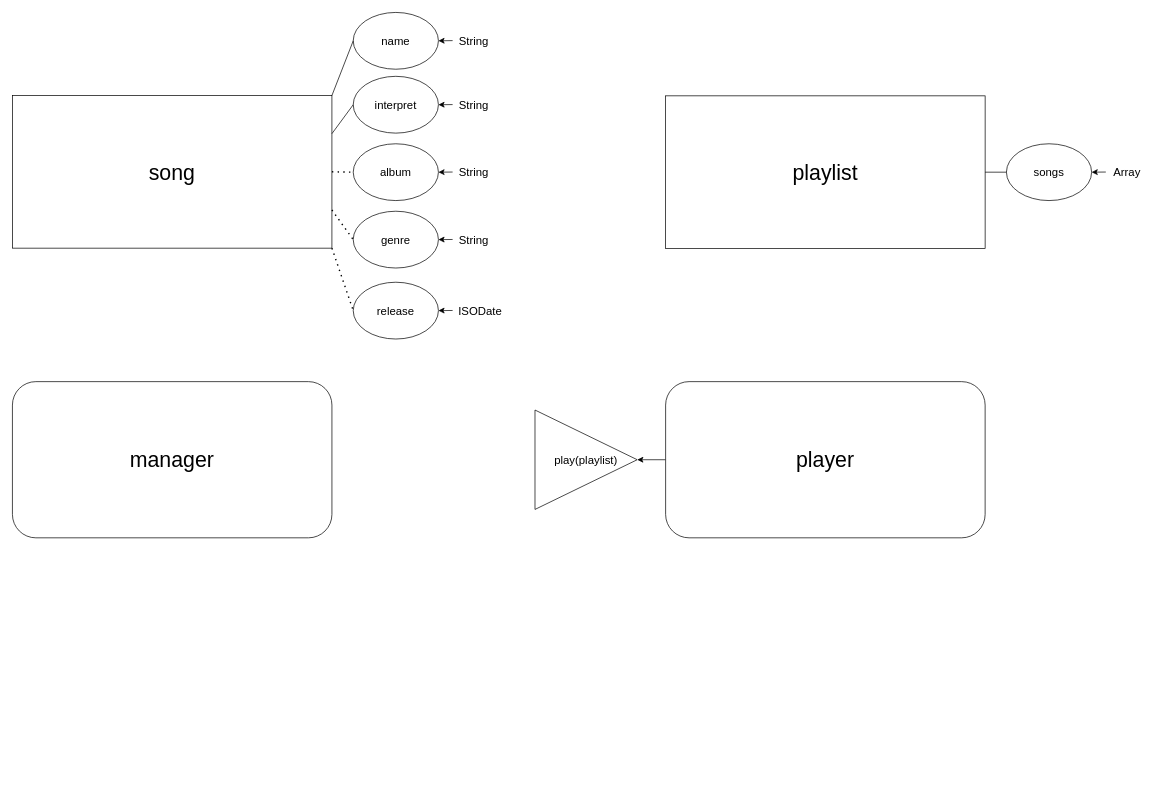
Above: m165-jukebox.drawio in jzelAdmin2006/m165-jukebox (draw.io), before the change. Source tidied: cells renumbered, new cells numbered last; positions are measured from the earlier drawing's top-left corner, leaving out a move shared by most shapes. Both pictures are drawn from the tidied source at 71%, with x=0, y=0 at pixel (12, 12).
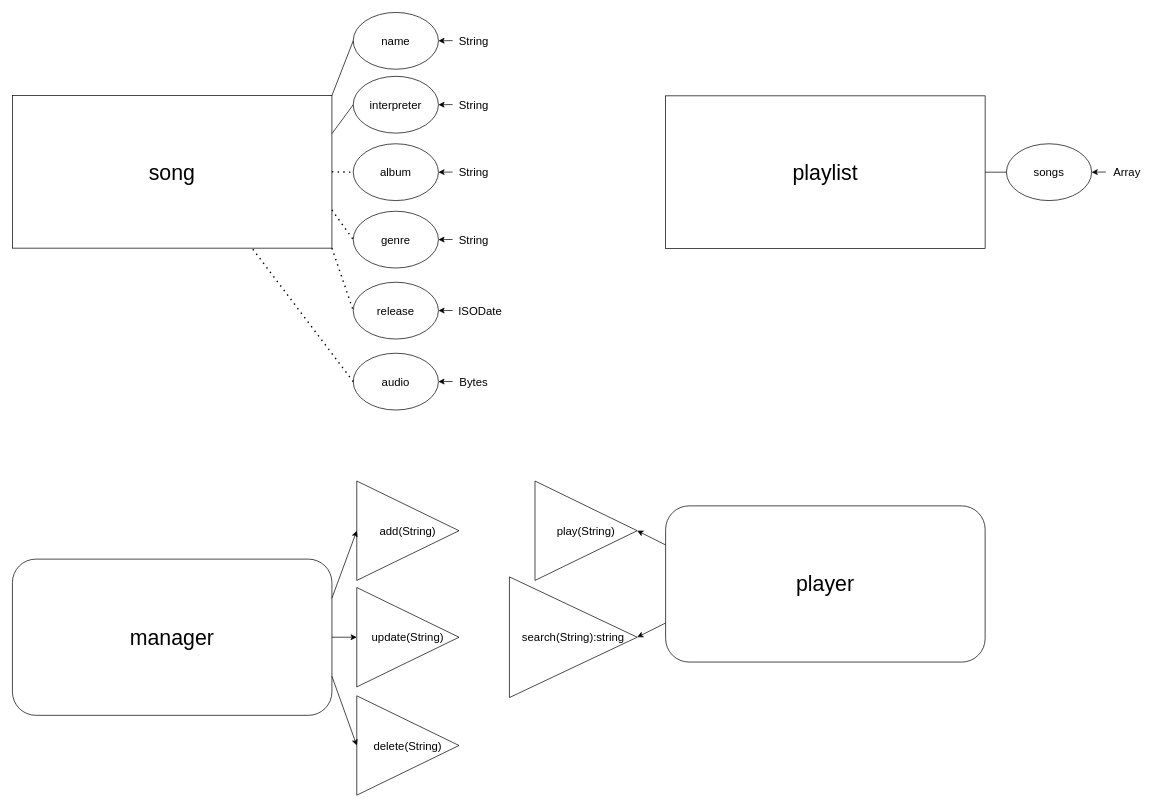
After the change.

Unchanged cells that the change refers to:
```xml
<mxCell id="2" value="&lt;font style=&quot;font-size: 30px;&quot;&gt;song&lt;/font&gt;" style="rounded=0;whiteSpace=wrap;html=1;" parent="1" vertex="1">
  <mxGeometry y="117" width="450" height="215" as="geometry" />
</mxCell>
```

The edit, as a diff of the source:
```diff
@@
-    <mxCell id="3" value="interpret" style="ellipse;whiteSpace=wrap;html=1;fontSize=16;" parent="1" vertex="1">
+    <mxCell id="3" value="interpreter" style="ellipse;whiteSpace=wrap;html=1;fontSize=16;" parent="1" vertex="1">
       <mxGeometry x="480" y="90" width="120" height="80" as="geometry" />
     </mxCell>
@@
     <mxCell id="28" value="&lt;span style=&quot;font-size: 30px;&quot;&gt;manager&lt;/span&gt;" style="rounded=1;whiteSpace=wrap;html=1;fontSize=16;" parent="1" vertex="1">
-      <mxGeometry y="520" width="450" height="220" as="geometry" />
+      <mxGeometry y="770" width="450" height="220" as="geometry" />
     </mxCell>
-    <mxCell id="29" style="edgeStyle=orthogonalEdgeStyle;rounded=0;jettySize=auto;html=1;entryX=1;entryY=0.5;entryDx=0;entryDy=0;fontSize=16;" parent="1" edge="1" source="30" target="31">
-      <mxGeometry relative="1" as="geometry" />
-    </mxCell>
     <mxCell id="30" value="&lt;span style=&quot;font-size: 30px;&quot;&gt;player&lt;/span&gt;" style="rounded=1;whiteSpace=wrap;html=1;fontSize=16;" parent="1" vertex="1">
-      <mxGeometry x="920" y="520" width="450" height="220" as="geometry" />
+      <mxGeometry x="920" y="695" width="450" height="220" as="geometry" />
     </mxCell>
-    <mxCell id="31" value="play(playlist)" style="triangle;whiteSpace=wrap;html=1;fontSize=16;" parent="1" vertex="1">
-      <mxGeometry x="736" y="560" width="144" height="140" as="geometry" />
+    <mxCell id="31" value="play(String)" style="triangle;whiteSpace=wrap;html=1;fontSize=16;" parent="1" vertex="1">
+      <mxGeometry x="736" y="660" width="144" height="140" as="geometry" />
     </mxCell>
+    <mxCell id="32" value="search(String):string" style="triangle;whiteSpace=wrap;html=1;fontSize=16;" parent="1" vertex="1">
+      <mxGeometry x="700" y="795" width="180" height="170" as="geometry" />
+    </mxCell>
+    <mxCell id="33" style="endArrow=classic;html=1;rounded=0;exitX=0;exitY=0.75;exitDx=0;exitDy=0;entryX=1;entryY=0.5;entryDx=0;entryDy=0;" parent="1" edge="1" source="30" target="32">
+      <mxGeometry relative="1" as="geometry" />
+    </mxCell>
+    <mxCell id="29" style="endArrow=classic;html=1;rounded=0;exitX=0;exitY=0.25;exitDx=0;exitDy=0;entryX=1;entryY=0.5;entryDx=0;entryDy=0;" parent="1" edge="1" source="30" target="31">
+      <mxGeometry relative="1" as="geometry" />
+    </mxCell>
+    <mxCell id="34" value="update(String)" style="triangle;whiteSpace=wrap;html=1;fontSize=16;" parent="1" vertex="1">
+      <mxGeometry x="485" y="810" width="144" height="140" as="geometry" />
+    </mxCell>
+    <mxCell id="35" value="add(String)" style="triangle;whiteSpace=wrap;html=1;fontSize=16;" parent="1" vertex="1">
+      <mxGeometry x="485" y="660" width="144" height="140" as="geometry" />
+    </mxCell>
+    <mxCell id="36" value="delete(String)" style="triangle;whiteSpace=wrap;html=1;fontSize=16;" parent="1" vertex="1">
+      <mxGeometry x="485" y="962.5" width="144" height="140" as="geometry" />
+    </mxCell>
+    <mxCell id="37" style="endArrow=classic;html=1;rounded=0;exitX=1;exitY=0.75;exitDx=0;exitDy=0;entryX=0;entryY=0.5;entryDx=0;entryDy=0;" parent="1" edge="1" source="28" target="36">
+      <mxGeometry relative="1" as="geometry" />
+    </mxCell>
+    <mxCell id="38" style="endArrow=classic;html=1;rounded=0;exitX=1;exitY=0.5;exitDx=0;exitDy=0;entryX=0;entryY=0.5;entryDx=0;entryDy=0;" parent="1" edge="1" source="28" target="34">
+      <mxGeometry relative="1" as="geometry" />
+    </mxCell>
+    <mxCell id="39" style="endArrow=classic;html=1;rounded=0;exitX=1;exitY=0.25;exitDx=0;exitDy=0;entryX=0;entryY=0.5;entryDx=0;entryDy=0;" parent="1" edge="1" source="28" target="35">
+      <mxGeometry relative="1" as="geometry" />
+    </mxCell>
+    <mxCell id="40" value="audio" style="ellipse;whiteSpace=wrap;html=1;fontSize=16;" parent="1" vertex="1">
+      <mxGeometry x="480" y="480" width="120" height="80" as="geometry" />
+    </mxCell>
+    <mxCell id="41" style="endArrow=none;dashed=1;html=1;dashPattern=1 3;strokeWidth=2;rounded=0;exitX=0;exitY=0.5;exitDx=0;exitDy=0;entryX=0.75;entryY=1;entryDx=0;entryDy=0;" parent="1" edge="1" source="40" target="2">
+      <mxGeometry relative="1" as="geometry" />
+    </mxCell>
+    <mxCell id="42" style="endArrow=classic;html=1;rounded=0;fontSize=16;entryX=1;entryY=0.5;entryDx=0;entryDy=0;" parent="1" edge="1" target="40">
+      <mxGeometry relative="1" as="geometry">
+        <mxPoint x="620" y="519.8" as="sourcePoint" />
+      </mxGeometry>
+    </mxCell>
+    <mxCell id="43" value="Bytes" style="text;html=1;strokeColor=none;fillColor=none;align=center;verticalAlign=middle;whiteSpace=wrap;rounded=0;fontSize=16;" parent="1" vertex="1">
+      <mxGeometry x="620" y="505" width="60" height="30" as="geometry" />
+    </mxCell>
```
